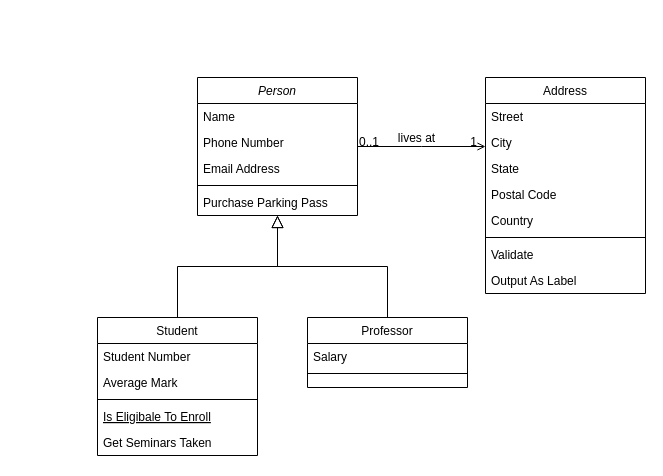
maslitaAziz/Week2ClassDiagram keeps this draw.io diagram as Exercise1ClassDiagram.drawio. Above is the earlier version. Source tidied: cells renumbered, new cells numbered last; positions are measured from the earlier drawing's top-left corner, leaving out a move shared by most shapes. Both pictures are drawn from the tidied source at 100%, with x=0, y=0 at pixel (97, 77).
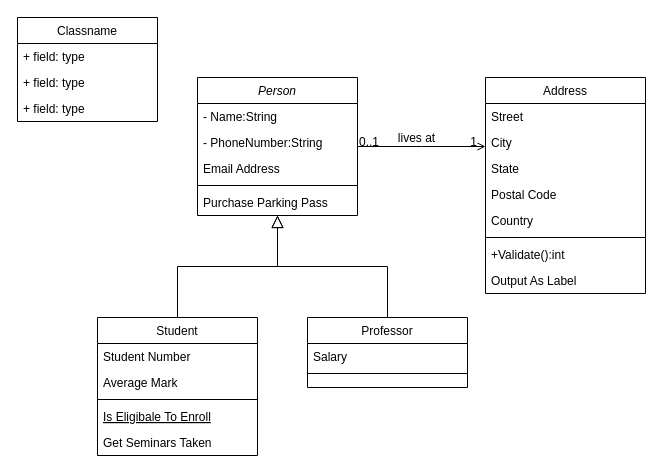
Above is the later version.

The change refers to these unchanged cells:
```xml
<mxCell id="2" value="Person" style="swimlane;fontStyle=2;align=center;verticalAlign=top;horizontal=1;startSize=26;rounded=0;shadow=0;strokeWidth=1;" parent="1" vertex="1">
  <mxGeometry x="100" width="160" height="138" as="geometry" />
</mxCell>
<mxCell id="19" value="Address" style="swimlane;fontStyle=0;align=center;verticalAlign=top;horizontal=1;startSize=26;rounded=0;shadow=0;strokeWidth=1;" parent="1" vertex="1">
  <mxGeometry x="388" width="160" height="216" as="geometry" />
</mxCell>
```

Change to the diagram source:
```diff
@@
-    <mxCell id="3" value="Name" style="text;align=left;verticalAlign=top;spacingLeft=4;spacingRight=4;overflow=hidden;" parent="2" vertex="1">
+    <mxCell id="3" value="- Name:String&#10;" style="text;align=left;verticalAlign=top;spacingLeft=4;spacingRight=4;overflow=hidden;" parent="2" vertex="1">
       <mxGeometry y="26" width="160" height="26" as="geometry" />
     </mxCell>
-    <mxCell id="4" value="Phone Number" style="text;align=left;verticalAlign=top;spacingLeft=4;spacingRight=4;overflow=hidden;rounded=0;shadow=0;html=0;" parent="2" vertex="1">
+    <mxCell id="4" value="- PhoneNumber:String" style="text;align=left;verticalAlign=top;spacingLeft=4;spacingRight=4;overflow=hidden;rounded=0;shadow=0;html=0;" parent="2" vertex="1">
       <mxGeometry y="52" width="160" height="26" as="geometry" />
     </mxCell>
@@
-    <mxCell id="26" value="Validate" style="text;align=left;verticalAlign=top;spacingLeft=4;spacingRight=4;overflow=hidden;" parent="19" vertex="1">
+    <mxCell id="26" value="+Validate():int" style="text;align=left;verticalAlign=top;spacingLeft=4;spacingRight=4;overflow=hidden;" parent="19" vertex="1">
       <mxGeometry y="164" width="160" height="26" as="geometry" />
     </mxCell>
@@
+    <mxCell id="32" value="Classname" style="swimlane;fontStyle=0;horizontal=1;startSize=26;fillColor=none;" parent="1" vertex="1">
+      <mxGeometry x="-80" y="-60" width="140" height="104" as="geometry" />
+    </mxCell>
+    <mxCell id="33" value="+ field: type" style="text;strokeColor=none;fillColor=none;align=left;verticalAlign=top;spacingLeft=4;spacingRight=4;overflow=hidden;" parent="32" vertex="1">
+      <mxGeometry y="26" width="140" height="26" as="geometry" />
+    </mxCell>
+    <mxCell id="34" value="+ field: type" style="text;strokeColor=none;fillColor=none;align=left;verticalAlign=top;spacingLeft=4;spacingRight=4;overflow=hidden;" parent="32" vertex="1">
+      <mxGeometry y="52" width="140" height="26" as="geometry" />
+    </mxCell>
+    <mxCell id="35" value="+ field: type" style="text;strokeColor=none;fillColor=none;align=left;verticalAlign=top;spacingLeft=4;spacingRight=4;overflow=hidden;" parent="32" vertex="1">
+      <mxGeometry y="78" width="140" height="26" as="geometry" />
+    </mxCell>
```
